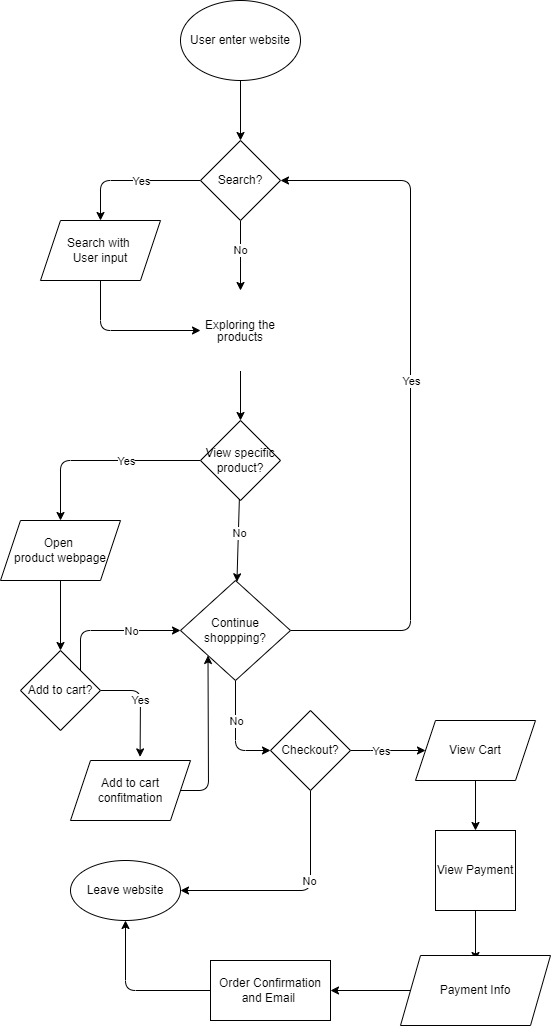
Above: explore/diagramming/diagram.drawio.png in pootis2/fa22-cse110-lab4 (draw.io), before the change. Source tidied: cells renumbered, new cells last; positions are measured from the earlier drawing's top-left corner, leaving out a move shared by most shapes.
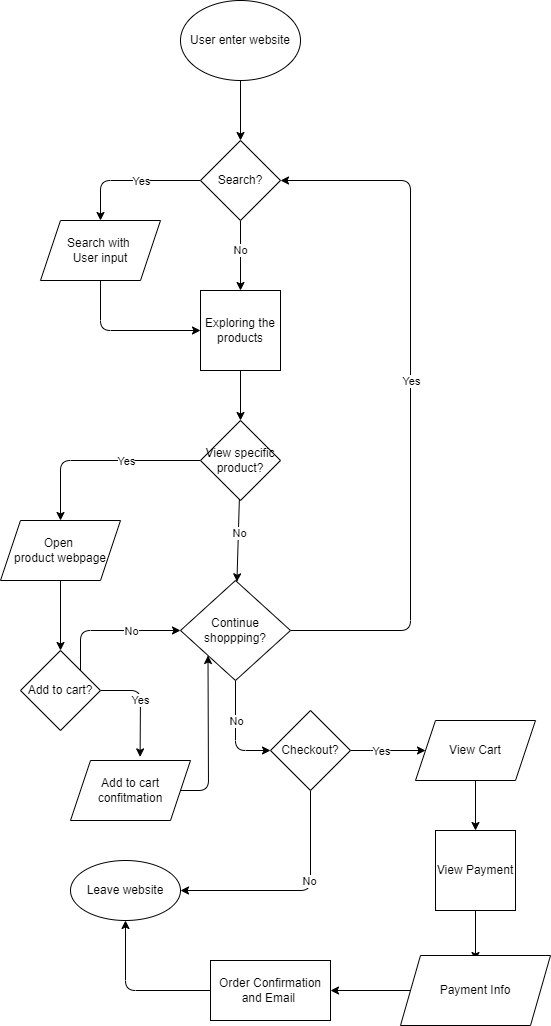
After the change.

What changed in the source:
```diff
@@ -18,14 +18,17 @@
     <mxCell id="5" value="Yes" style="edgeLabel;html=1;align=center;verticalAlign=middle;" parent="4" vertex="1">
       <mxGeometry x="-0.15" relative="1" as="geometry" />
     </mxCell>
-    <mxCell id="6" value="No" style="edgeStyle=none;html=1;exitX=0.5;exitY=1;exitDx=0;exitDy=0;entryX=0.5;entryY=0;entryDx=0;entryDy=0;" parent="1" edge="1" source="7" target="11">
-      <mxGeometry x="-0.14" relative="1" as="geometry" />
+    <mxCell id="6" value="No" style="edgeStyle=none;html=1;exitX=0.5;exitY=1;exitDx=0;exitDy=0;entryX=0.5;entryY=0;entryDx=0;entryDy=0;" parent="1" edge="1" source="7">
+      <mxGeometry x="-0.14" relative="1" as="geometry">
+        <mxPoint x="240" y="290" as="targetPoint" />
+      </mxGeometry>
     </mxCell>
     <mxCell id="7" value="Search?" style="rhombus;whiteSpace=wrap;html=1;" parent="1" vertex="1">
       <mxGeometry x="200" y="140" width="80" height="80" as="geometry" />
     </mxCell>
-    <mxCell id="8" style="edgeStyle=none;html=1;exitX=0.5;exitY=1;exitDx=0;exitDy=0;fontSize=12;fontColor=#FFFFFF;entryX=0;entryY=0.5;entryDx=0;entryDy=0;" parent="1" edge="1" source="9" target="11">
+    <mxCell id="8" style="edgeStyle=none;html=1;exitX=0.5;exitY=1;exitDx=0;exitDy=0;fontSize=12;fontColor=#FFFFFF;entryX=0;entryY=0.5;entryDx=0;entryDy=0;" parent="1" edge="1" source="9">
       <mxGeometry relative="1" as="geometry">
+        <mxPoint x="200" y="330" as="targetPoint" />
         <Array as="points">
           <mxPoint x="100" y="330" />
         </Array>
@@ -34,12 +37,11 @@
     <mxCell id="9" value="Search with &lt;br&gt;User input" style="shape=parallelogram;perimeter=parallelogramPerimeter;whiteSpace=wrap;html=1;fixedSize=1;" parent="1" vertex="1">
       <mxGeometry x="40" y="220" width="120" height="60" as="geometry" />
     </mxCell>
-    <mxCell id="10" style="edgeStyle=none;html=1;exitX=0.5;exitY=1;exitDx=0;exitDy=0;entryX=0.5;entryY=0;entryDx=0;entryDy=0;" parent="1" edge="1" source="11" target="16">
-      <mxGeometry relative="1" as="geometry" />
+    <mxCell id="10" style="edgeStyle=none;html=1;exitX=0.5;exitY=1;exitDx=0;exitDy=0;entryX=0.5;entryY=0;entryDx=0;entryDy=0;" parent="1" edge="1" target="16">
+      <mxGeometry relative="1" as="geometry">
+        <mxPoint x="240" y="370" as="sourcePoint" />
+      </mxGeometry>
     </mxCell>
-    <mxCell id="11" value="&lt;p style=&quot;line-height: 100%;&quot;&gt;Exploring the products&lt;br&gt;&lt;/p&gt;" style="whiteSpace=wrap;html=1;strokeColor=#FFFFFF;" parent="1" vertex="1">
-      <mxGeometry x="200" y="290" width="80" height="80" as="geometry" />
-    </mxCell>
     <mxCell id="12" style="edgeStyle=none;html=1;exitX=0;exitY=0.5;exitDx=0;exitDy=0;" parent="1" edge="1" source="16">
       <mxGeometry relative="1" as="geometry">
         <mxPoint x="60" y="520" as="targetPoint" />
@@ -195,5 +197,8 @@
         <mxPoint x="28" as="offset" />
       </mxGeometry>
     </mxCell>
+    <mxCell id="11" value="Exploring the products" style="whiteSpace=wrap;html=1;" parent="1" vertex="1">
+      <mxGeometry x="200" y="290" width="80" height="80" as="geometry" />
+    </mxCell>
   </root>
 </mxGraphModel>
```
